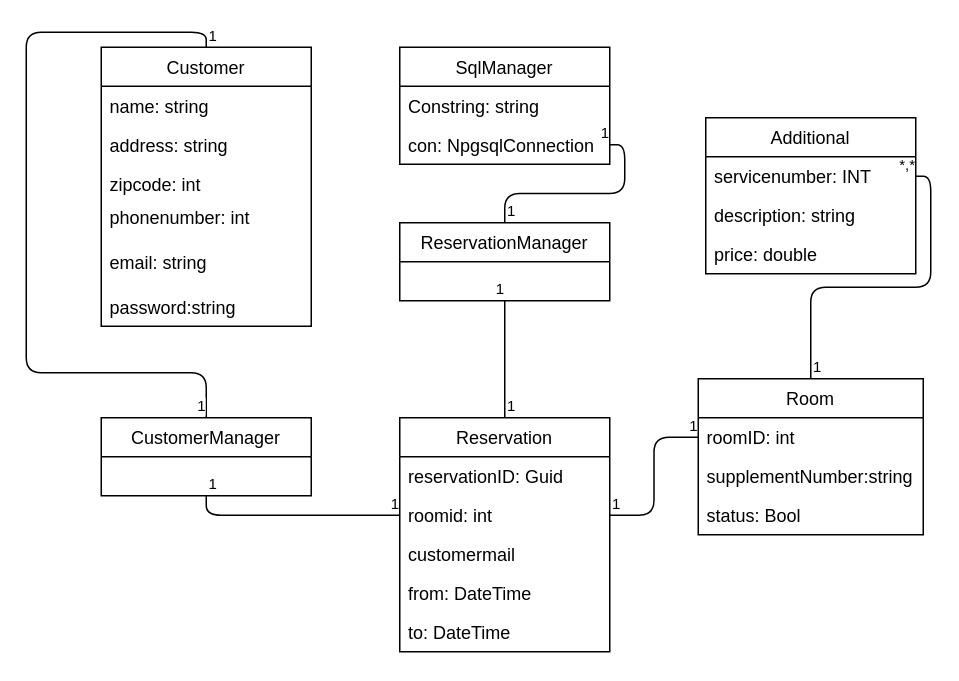
This is Dokumentation/Domænemodel.drawio from NansyT/CountryLiving, a draw.io file, before an edit. Source tidied: cells renumbered, new cells numbered last; positions are measured from the earlier drawing's top-left corner, leaving out a move shared by most shapes. Both pictures are drawn from the tidied source at 150%, with x=0, y=0 at pixel (26, 32).
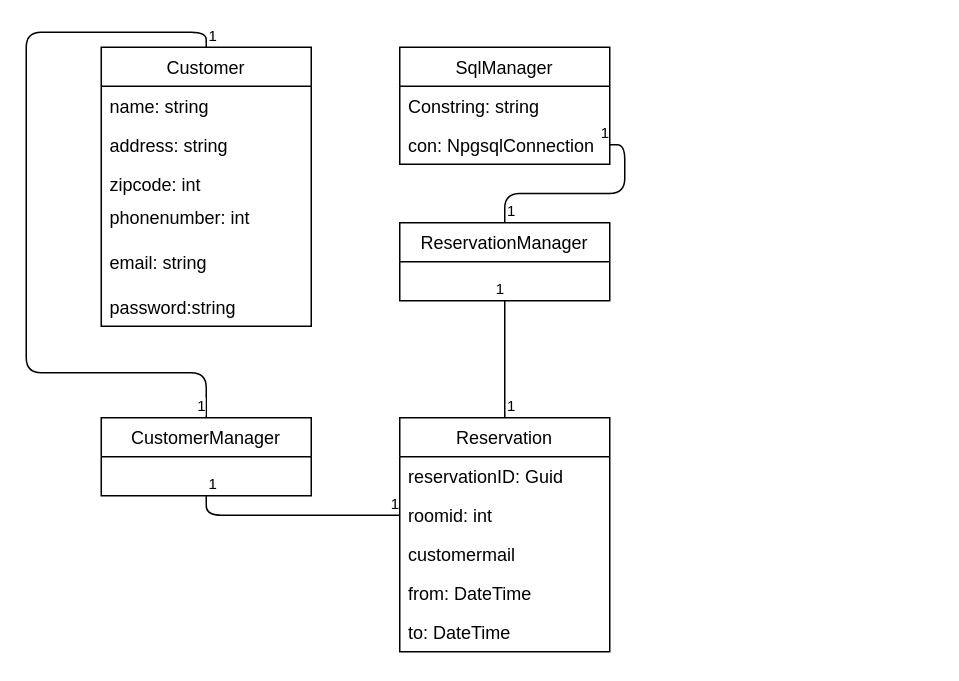
After the change.

Unchanged cells that the change refers to:
```xml
<mxCell id="42" value="roomid: int" style="text;strokeColor=none;fillColor=none;align=left;verticalAlign=top;spacingLeft=4;spacingRight=4;overflow=hidden;points=[[0,0.5],[1,0.5]];portConstraint=eastwest;" parent="40" vertex="1">
  <mxGeometry y="52" width="140" height="26" as="geometry" />
</mxCell>
```

Diff of the diagram source:
```diff
@@
-    <mxCell id="5" style="endArrow=none;html=1;edgeStyle=orthogonalEdgeStyle;exitX=0.5;exitY=0;exitDx=0;exitDy=0;entryX=1;entryY=0.5;entryDx=0;entryDy=0;" parent="1" edge="1" source="28" target="33">
-      <mxGeometry relative="1" as="geometry" />
-    </mxCell>
-    <mxCell id="6" value="1" style="html=1;align=left;verticalAlign=bottom;labelBackgroundColor=#ffffff;fontSize=10;" parent="5" vertex="1">
-      <mxGeometry x="-1" relative="1" as="geometry" />
-    </mxCell>
-    <mxCell id="7" value="*,*" style="html=1;align=right;verticalAlign=bottom;labelBackgroundColor=#ffffff;fontSize=10;" parent="5" vertex="1">
-      <mxGeometry x="1" relative="1" as="geometry" />
-    </mxCell>
-    <mxCell id="8" style="endArrow=none;html=1;edgeStyle=orthogonalEdgeStyle;exitX=1;exitY=0.5;exitDx=0;exitDy=0;" parent="1" edge="1" source="42" target="29">
-      <mxGeometry relative="1" as="geometry" />
-    </mxCell>
-    <mxCell id="9" value="1" style="html=1;align=left;verticalAlign=bottom;labelBackgroundColor=#ffffff;fontSize=10;" parent="8" vertex="1">
-      <mxGeometry x="-1" relative="1" as="geometry" />
-    </mxCell>
-    <mxCell id="10" value="1" style="html=1;align=right;verticalAlign=bottom;labelBackgroundColor=#ffffff;fontSize=10;" parent="8" vertex="1">
-      <mxGeometry x="1" relative="1" as="geometry" />
-    </mxCell>
@@
-    <mxCell id="28" value="Room" style="swimlane;fontStyle=0;horizontal=1;startSize=26;fillColor=none;" parent="1" vertex="1">
-      <mxGeometry x="448" y="231" width="150" height="104" as="geometry" />
-    </mxCell>
-    <mxCell id="29" value="roomID: int" style="text;strokeColor=none;fillColor=none;align=left;verticalAlign=top;spacingLeft=4;spacingRight=4;overflow=hidden;points=[[0,0.5],[1,0.5]];portConstraint=eastwest;" parent="28" vertex="1">
-      <mxGeometry y="26" width="150" height="26" as="geometry" />
-    </mxCell>
-    <mxCell id="30" value="supplementNumber:string" style="text;strokeColor=none;fillColor=none;align=left;verticalAlign=top;spacingLeft=4;spacingRight=4;overflow=hidden;" parent="28" vertex="1">
-      <mxGeometry y="52" width="150" height="26" as="geometry" />
-    </mxCell>
-    <mxCell id="31" value="status: Bool" style="text;strokeColor=none;fillColor=none;align=left;verticalAlign=top;spacingLeft=4;spacingRight=4;overflow=hidden;" parent="28" vertex="1">
-      <mxGeometry y="78" width="150" height="26" as="geometry" />
-    </mxCell>
-    <mxCell id="32" value="Additional" style="swimlane;fontStyle=0;horizontal=1;startSize=26;fillColor=none;" parent="1" vertex="1">
-      <mxGeometry x="453" y="57" width="140" height="104" as="geometry" />
-    </mxCell>
-    <mxCell id="33" value="servicenumber: INT" style="text;strokeColor=none;fillColor=none;align=left;verticalAlign=top;spacingLeft=4;spacingRight=4;overflow=hidden;points=[[0,0.5],[1,0.5]];portConstraint=eastwest;" parent="32" vertex="1">
-      <mxGeometry y="26" width="140" height="26" as="geometry" />
-    </mxCell>
-    <mxCell id="34" value="description: string" style="text;strokeColor=none;fillColor=none;align=left;verticalAlign=top;spacingLeft=4;spacingRight=4;overflow=hidden;" parent="32" vertex="1">
-      <mxGeometry y="52" width="140" height="26" as="geometry" />
-    </mxCell>
-    <mxCell id="35" value="price: double" style="text;strokeColor=none;fillColor=none;align=left;verticalAlign=top;spacingLeft=4;spacingRight=4;overflow=hidden;" parent="32" vertex="1">
-      <mxGeometry y="78" width="140" height="26" as="geometry" />
-    </mxCell>
```
